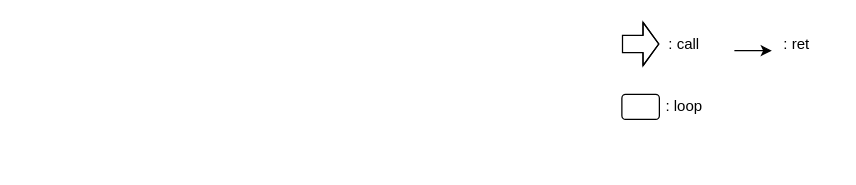
Above: GA/crossover.drawio in fr0g2s/p (draw.io), before the change. Source tidied: cells renumbered, new cells numbered last; positions are measured from the earlier drawing's top-left corner, leaving out a move shared by most shapes. Both pictures are drawn from the tidied source at 125%, with x=0, y=0 at pixel (621, 25).
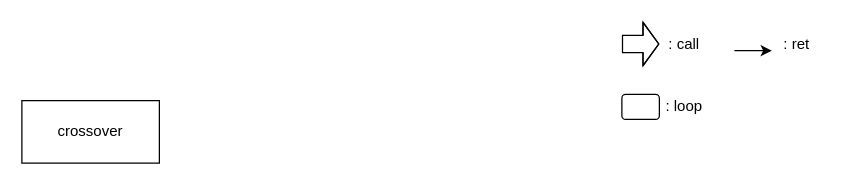
The same page after the edit.

What changed in the source:
```diff
@@
 <mxGraphModel>
   <root>
     <mxCell id="0" />
     <mxCell id="1" parent="0" />
     <mxCell id="2" style="shape=flexArrow;endArrow=classic;html=1;rounded=0;strokeWidth=1;edgeStyle=orthogonalEdgeStyle;width=13.714285714285714;endSize=3.8628571428571425;" parent="1" edge="1">
       <mxGeometry relative="1" as="geometry">
         <mxPoint y="14.7" as="sourcePoint" />
         <mxPoint x="30" y="14.7" as="targetPoint" />
         <Array as="points">
           <mxPoint x="10" y="15" />
           <mxPoint x="10" y="15" />
         </Array>
       </mxGeometry>
     </mxCell>
     <mxCell id="3" value=": call" style="text;html=1;strokeColor=none;fillColor=none;align=center;verticalAlign=middle;whiteSpace=wrap;rounded=0;" parent="1" vertex="1">
       <mxGeometry x="20" width="60" height="30" as="geometry" />
     </mxCell>
     <mxCell id="4" style="endArrow=classic;html=1;rounded=0;strokeWidth=1;edgeStyle=orthogonalEdgeStyle;" parent="1" edge="1">
       <mxGeometry relative="1" as="geometry">
         <mxPoint x="90" y="20" as="sourcePoint" />
         <mxPoint x="120" y="20" as="targetPoint" />
       </mxGeometry>
     </mxCell>
     <mxCell id="5" value=": ret" style="text;html=1;strokeColor=none;fillColor=none;align=center;verticalAlign=middle;whiteSpace=wrap;rounded=0;" parent="1" vertex="1">
       <mxGeometry x="110" width="60" height="30" as="geometry" />
     </mxCell>
     <mxCell id="6" style="rounded=1;whiteSpace=wrap;html=1;fillColor=none;strokeColor=default;shadow=0;sketch=0;glass=1;" parent="1" vertex="1">
       <mxGeometry y="55" width="30" height="20" as="geometry" />
     </mxCell>
     <mxCell id="7" value=": loop" style="text;html=1;strokeColor=none;fillColor=none;align=center;verticalAlign=middle;whiteSpace=wrap;rounded=0;" parent="1" vertex="1">
       <mxGeometry x="20" y="50" width="60" height="30" as="geometry" />
     </mxCell>
+    <mxCell id="8" value="crossover" style="rounded=0;whiteSpace=wrap;html=1;" parent="1" vertex="1">
+      <mxGeometry x="-480" y="60" width="110" height="50" as="geometry" />
+    </mxCell>
   </root>
 </mxGraphModel>
```
